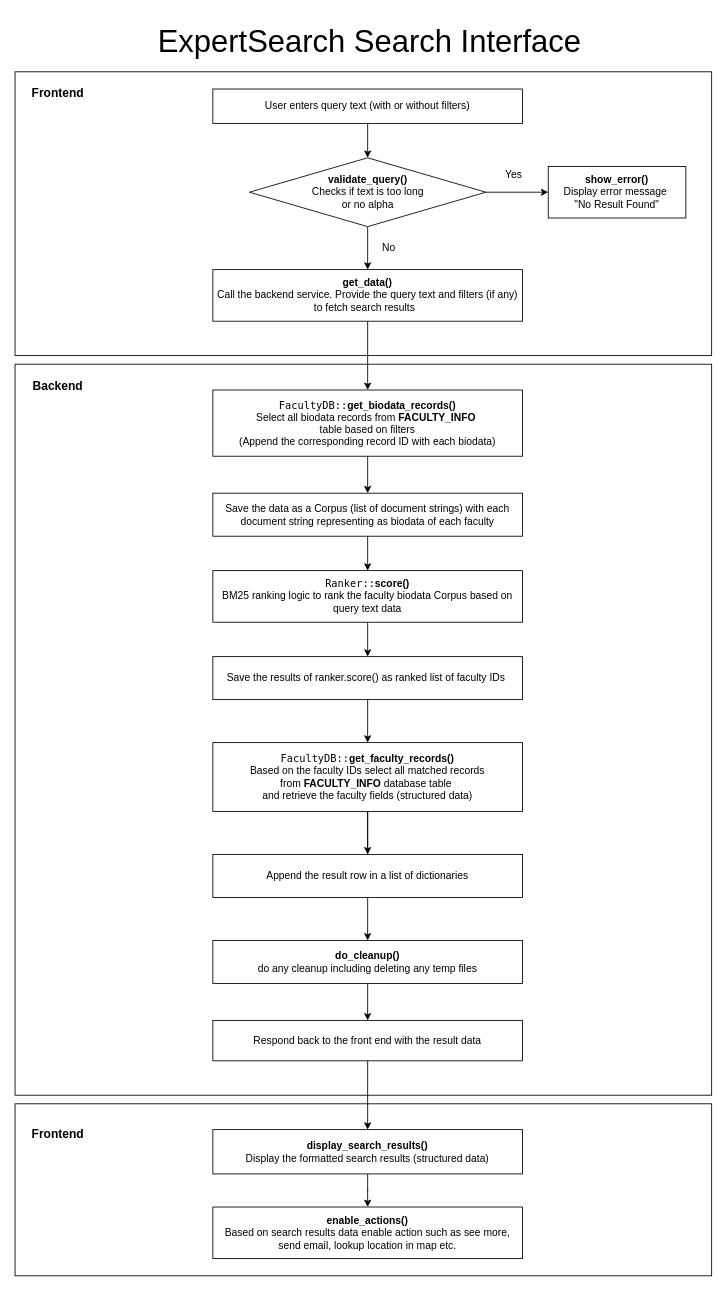
This is docs/workflows/drawio/search.drawio from ujjalsaha/FacultySearchEngine, a draw.io file, before an edit. Source tidied: cells renumbered, new cells numbered last; positions are measured from the earlier drawing's top-left corner, leaving out a move shared by most shapes. Both pictures are drawn from the tidied source at 86%, with x=0, y=0 at pixel (15, 28).
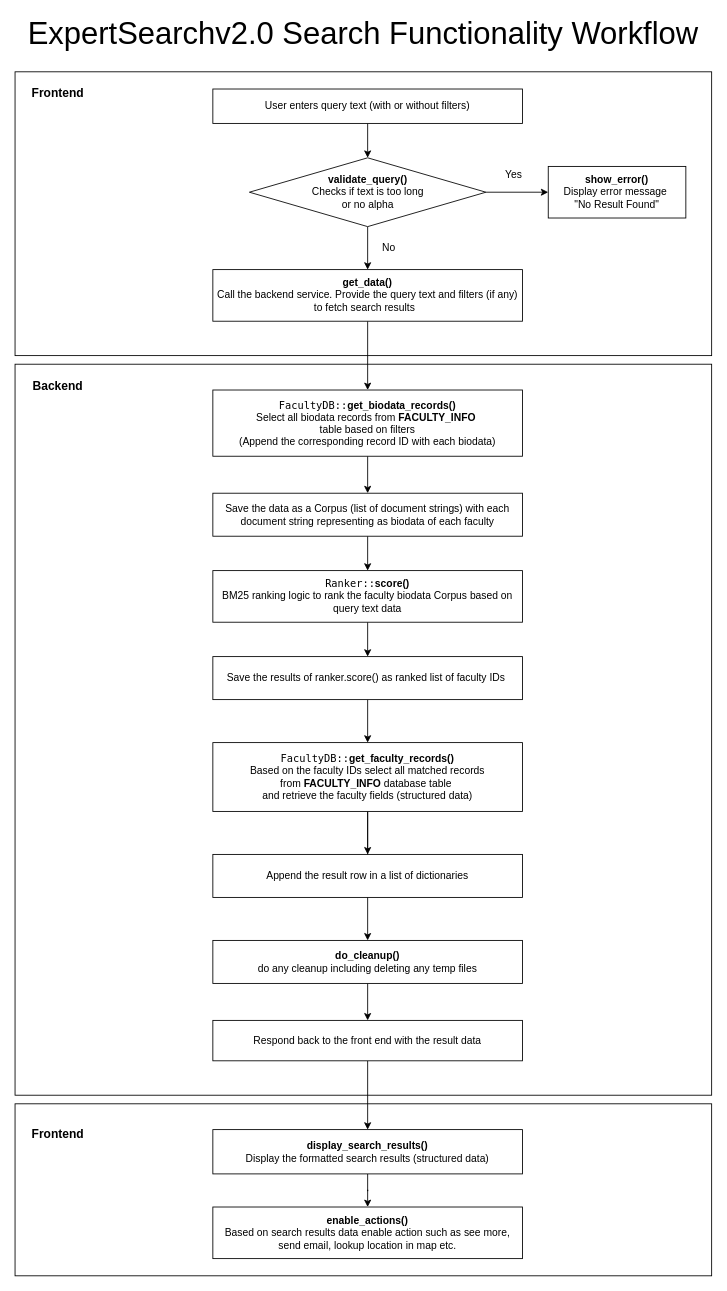
After the change.

Change to the diagram source:
```diff
@@
-    <mxCell id="37" value="&lt;font style=&quot;font-size: 36px&quot;&gt;ExpertSearch Search Interface&lt;/font&gt;" style="text;html=1;strokeColor=none;fillColor=none;align=center;verticalAlign=middle;whiteSpace=wrap;rounded=0;" parent="1" vertex="1">
-      <mxGeometry x="150" width="525" height="30" as="geometry" />
+    <mxCell id="37" value="&lt;font style=&quot;font-size: 36px&quot;&gt;ExpertSearchv2.0 Search Functionality Workflow&lt;/font&gt;" style="text;html=1;strokeColor=none;fillColor=none;align=center;verticalAlign=middle;whiteSpace=wrap;rounded=0;" parent="1" vertex="1">
+      <mxGeometry x="10" y="-10" width="790" height="30" as="geometry" />
     </mxCell>
```
